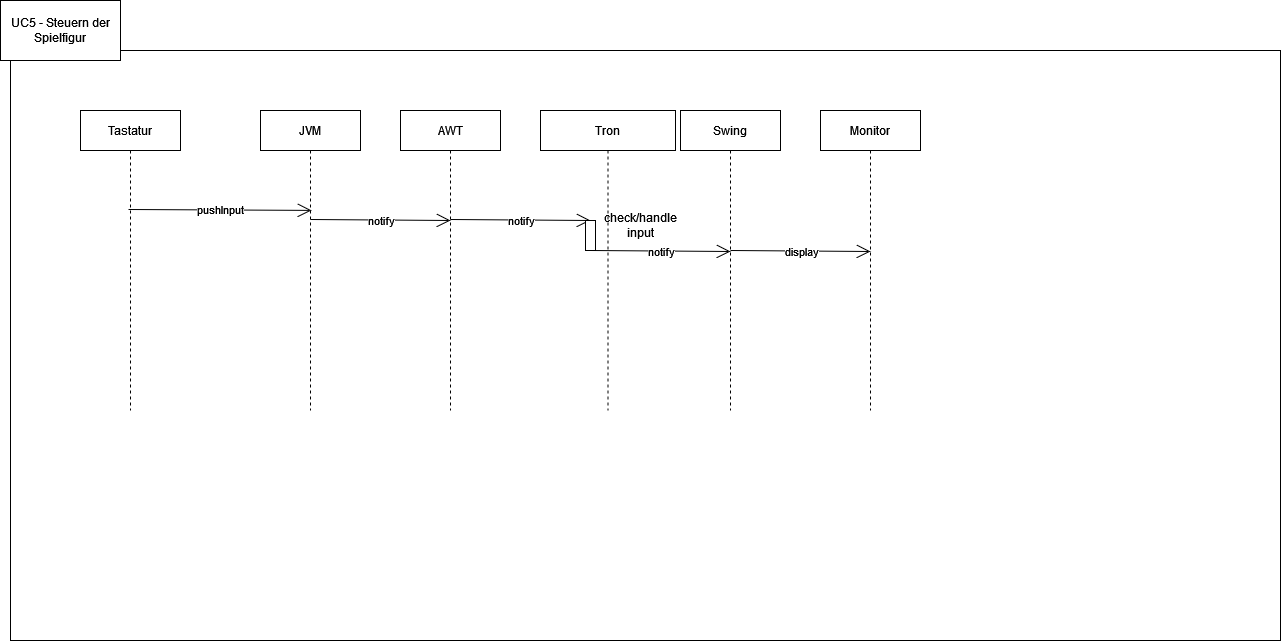
Earlier version of the draw.io export Arc42/Assets/technischer Kontext-UC5.drawio.png (MorenoS96/vsp). Source tidied: cells renumbered, new cells last; positions are measured from the earlier drawing's top-left corner, leaving out a move shared by most shapes.
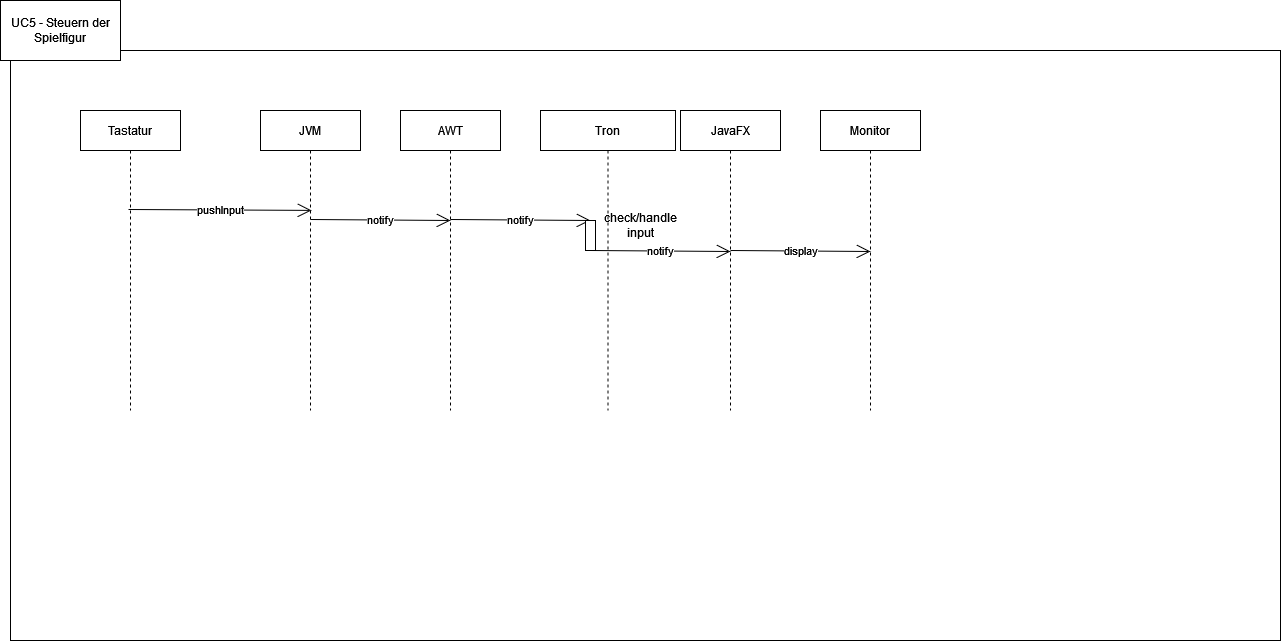
After the change.

What changed in the source:
```diff
@@ -41,7 +41,7 @@
     <mxCell id="12" value="check/handle input" style="text;html=1;strokeColor=none;fillColor=none;align=center;verticalAlign=middle;whiteSpace=wrap;rounded=0;" parent="9" vertex="1">
       <mxGeometry x="70" y="100" width="60" height="30" as="geometry" />
     </mxCell>
-    <mxCell id="13" value="Swing" style="shape=umlLifeline;perimeter=lifelinePerimeter;rounded=0;shadow=0;strokeWidth=1;" parent="1" vertex="1">
+    <mxCell id="13" value="JavaFX" style="shape=umlLifeline;perimeter=lifelinePerimeter;rounded=0;shadow=0;strokeWidth=1;" parent="1" vertex="1">
       <mxGeometry x="680" y="110" width="100" height="300" as="geometry" />
     </mxCell>
     <mxCell id="14" value="display" style="endArrow=open;html=1;rounded=0;exitX=0.48;exitY=0.33;exitDx=0;exitDy=0;exitPerimeter=0;endFill=0;endSize=12;" parent="13" edge="1">
```
